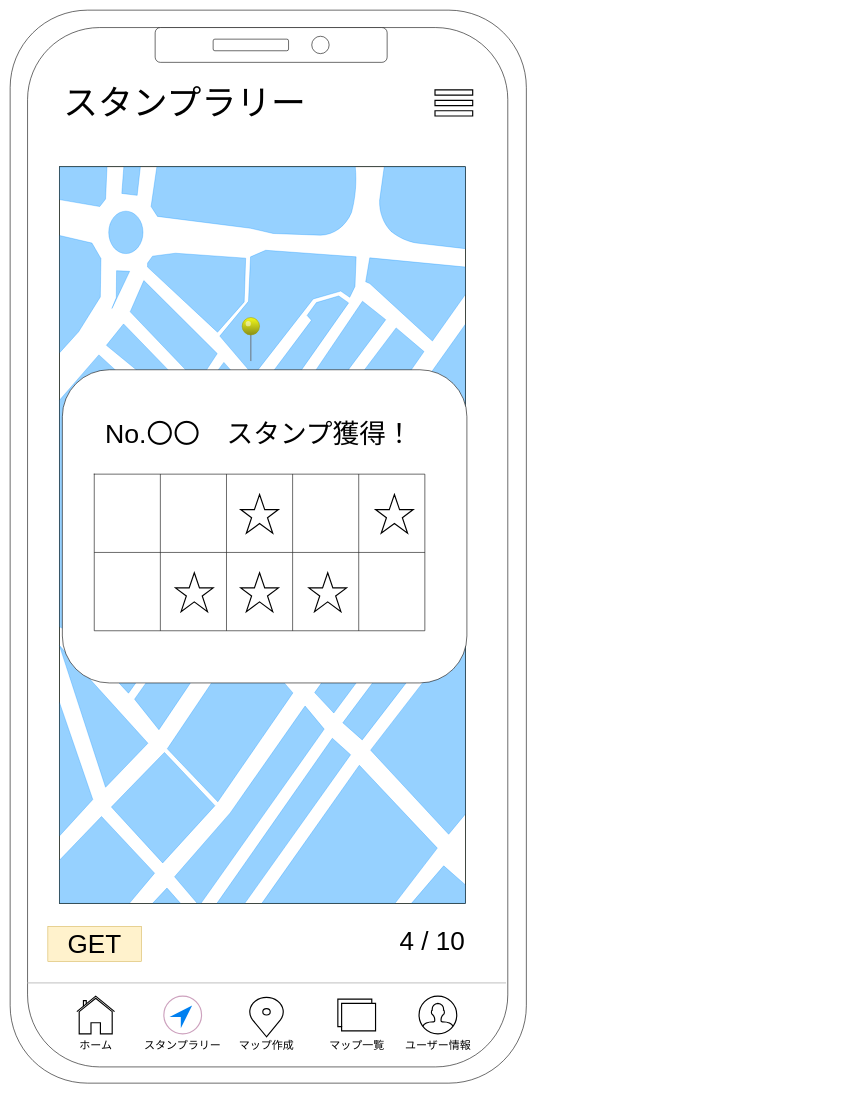
Above: page "No.5.1 スタンプラリーGET" (9 of 18) of StampRallyUI.drawio in SUGYKEN/-Stamp-Rally (draw.io), before the change. Source tidied: cells renumbered, new cells numbered last; positions are measured from the earlier drawing's top-left corner, leaving out a move shared by most shapes. Both pictures are drawn from the tidied source at 58%, with x=0, y=0 at pixel (10, 10).
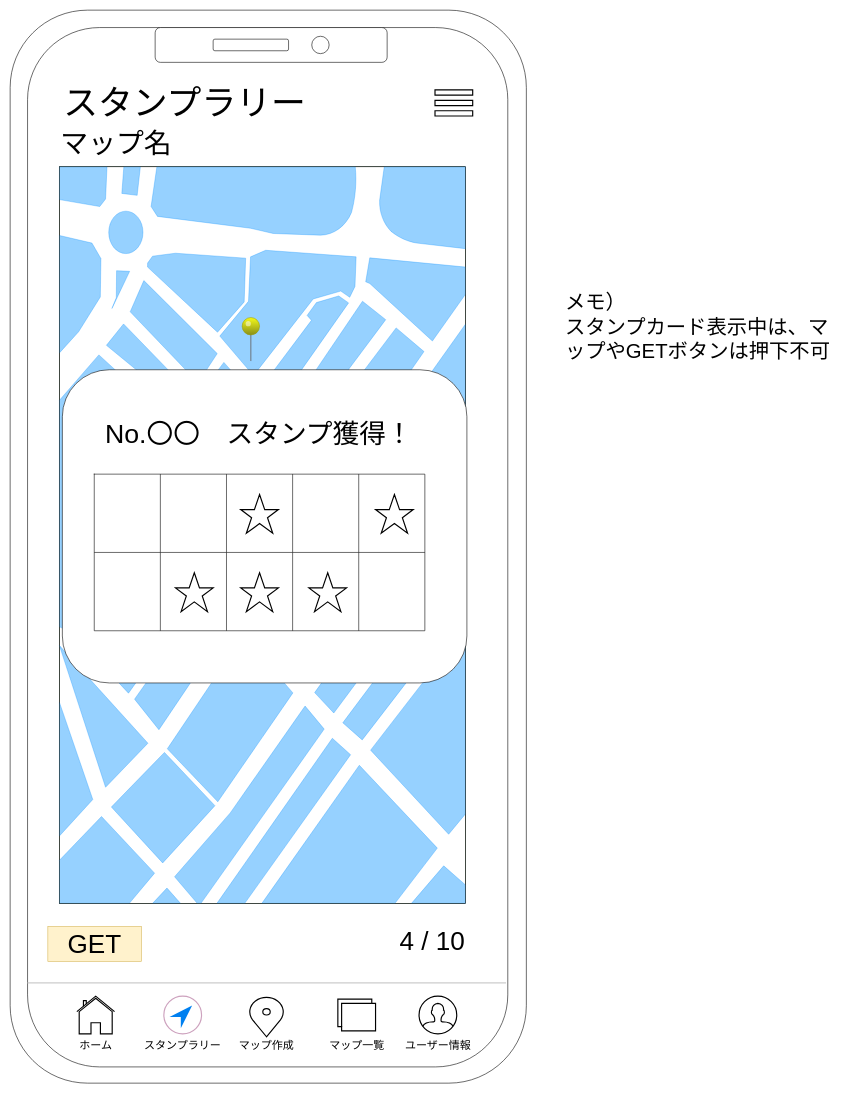
Above is the later version.

Diff of the diagram source:
```diff
@@
+    <mxCell id="45" value="メモ）&lt;br&gt;スタンプカード表示中は、マップやGETボタンは押下不可" style="text;html=1;strokeColor=none;fillColor=none;align=left;verticalAlign=middle;whiteSpace=wrap;rounded=0;fontSize=35;fontColor=#000000;" parent="1" vertex="1">
+      <mxGeometry x="955" y="430" width="490" height="230" as="geometry" />
+    </mxCell>
+    <mxCell id="46" value="&lt;font style=&quot;font-size: 48px&quot;&gt;マップ名&lt;/font&gt;" style="text;html=1;strokeColor=none;fillColor=none;align=left;verticalAlign=middle;whiteSpace=wrap;rounded=0;" parent="1" vertex="1">
+      <mxGeometry x="85" y="220" width="260" height="20" as="geometry" />
+    </mxCell>
```
